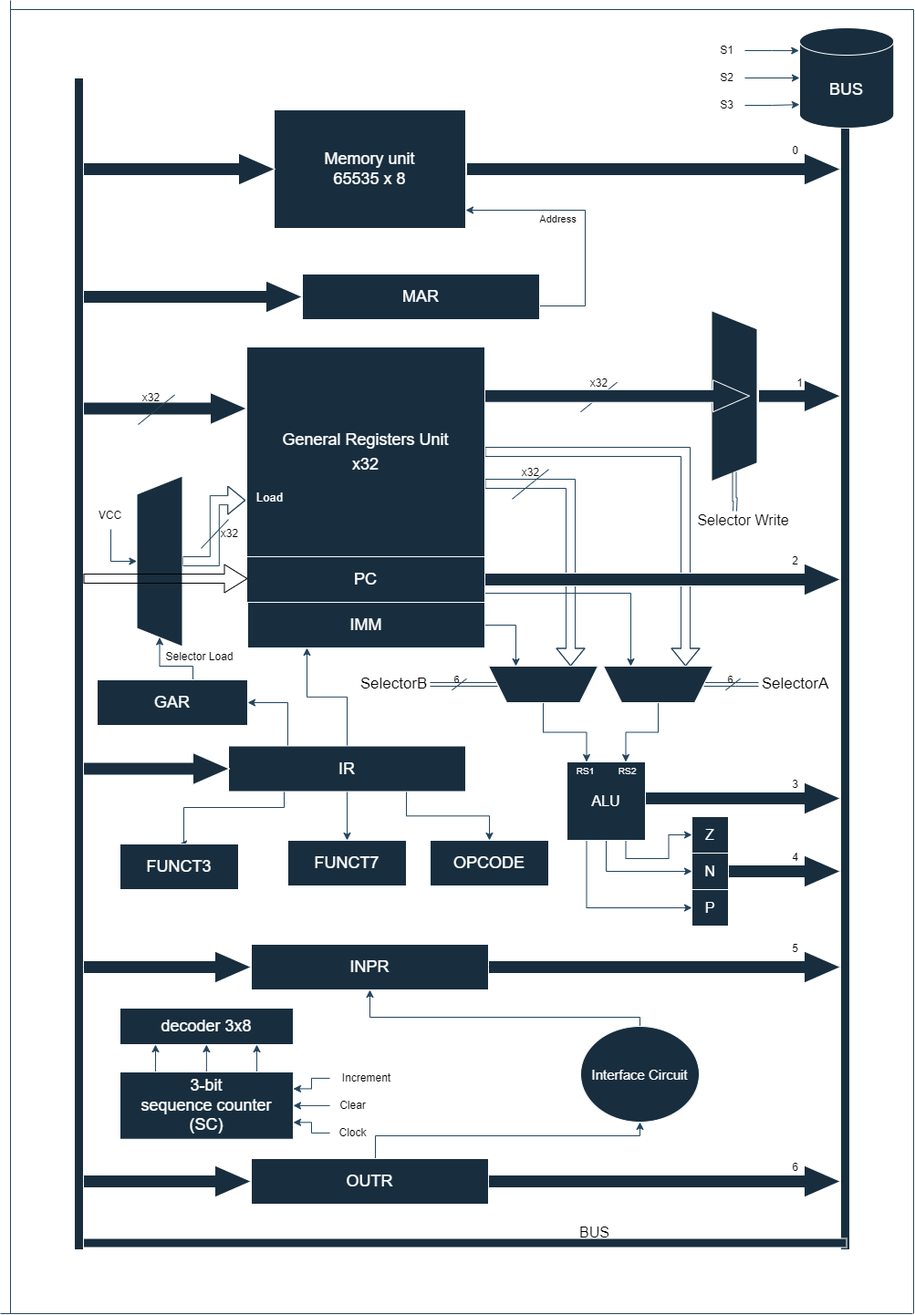
MostafaBoostan/RISC-V-Computer-design keeps this draw.io diagram as doc/Shematic V2.1.png. Above is the earlier version. Source tidied: cells renumbered, new cells last; positions are measured from the earlier drawing's top-left corner, leaving out a move shared by most shapes.
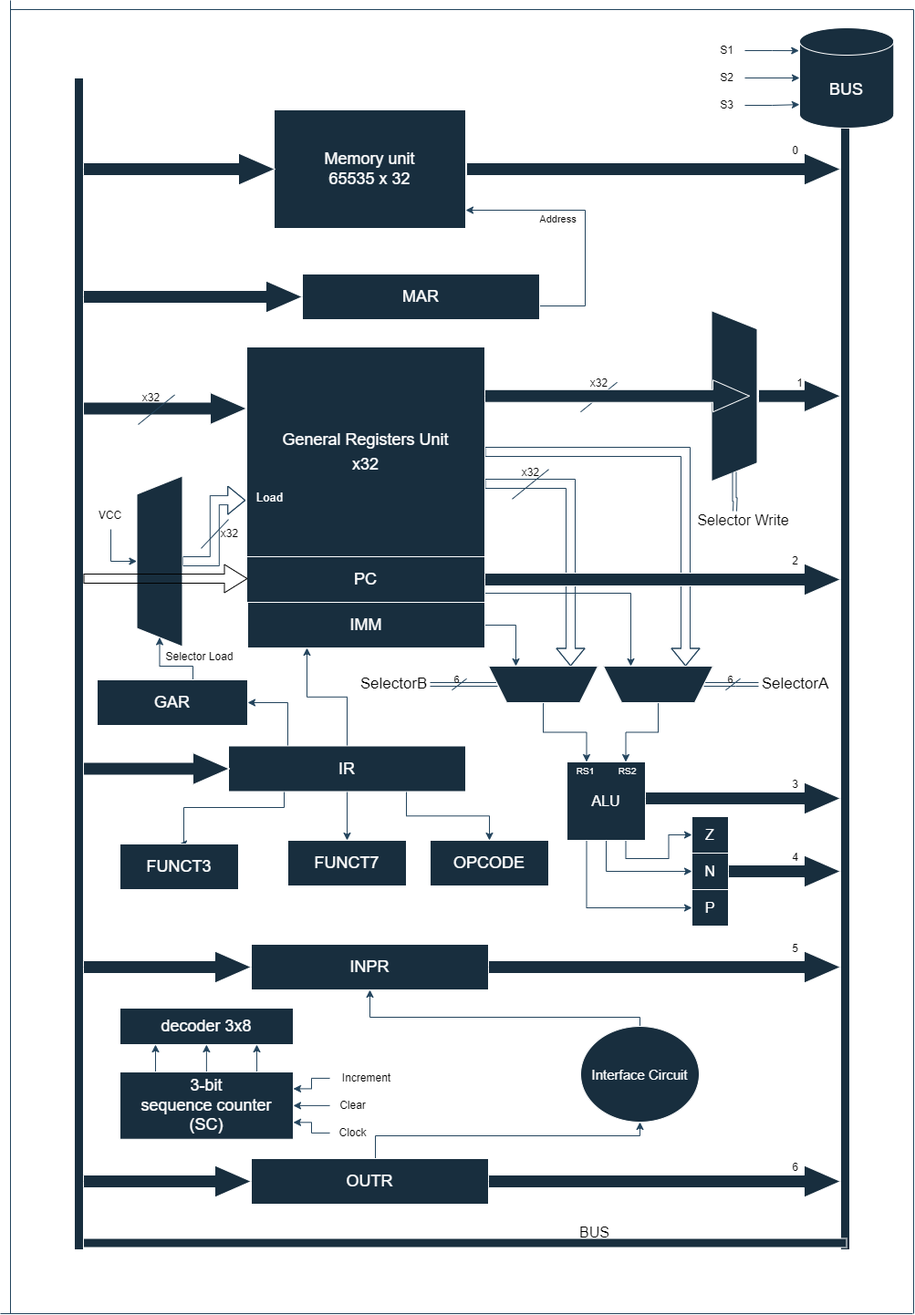
The same diagram one commit later.

Commit message:
fix the one problem from shematic

The edit, as a diff of the source:
```diff
@@ -2,7 +2,7 @@
   <root>
     <mxCell id="0" />
     <mxCell id="1" parent="0" />
-    <mxCell id="2" value="&lt;font style=&quot;font-size: 18px;&quot;&gt;Memory unit&lt;/font&gt;&lt;div&gt;&lt;font style=&quot;font-size: 18px;&quot;&gt;65535 x 8&lt;/font&gt;&lt;/div&gt;" style="rounded=0;whiteSpace=wrap;html=1;fillStyle=auto;labelBackgroundColor=none;labelBorderColor=none;textShadow=0;fillColor=#182E3E;strokeColor=#FFFFFF;fontColor=light-dark(#FFFFFF,#121212);" parent="1" vertex="1">
+    <mxCell id="2" value="&lt;font style=&quot;font-size: 18px;&quot;&gt;Memory unit&lt;/font&gt;&lt;div&gt;&lt;font style=&quot;font-size: 18px;&quot;&gt;65535 x 32&lt;/font&gt;&lt;/div&gt;" style="rounded=0;whiteSpace=wrap;html=1;fillStyle=auto;labelBackgroundColor=none;labelBorderColor=none;textShadow=0;fillColor=#182E3E;strokeColor=#FFFFFF;fontColor=light-dark(#FFFFFF,#121212);" parent="1" vertex="1">
       <mxGeometry x="300" y="120" width="210" height="130" as="geometry" />
     </mxCell>
     <mxCell id="3" style="edgeStyle=orthogonalEdgeStyle;rounded=0;orthogonalLoop=1;jettySize=auto;html=1;labelBackgroundColor=none;fontColor=light-dark(#000000, #121212);labelBorderColor=none;textShadow=0;strokeColor=#23445D;" parent="1" edge="1">
```
